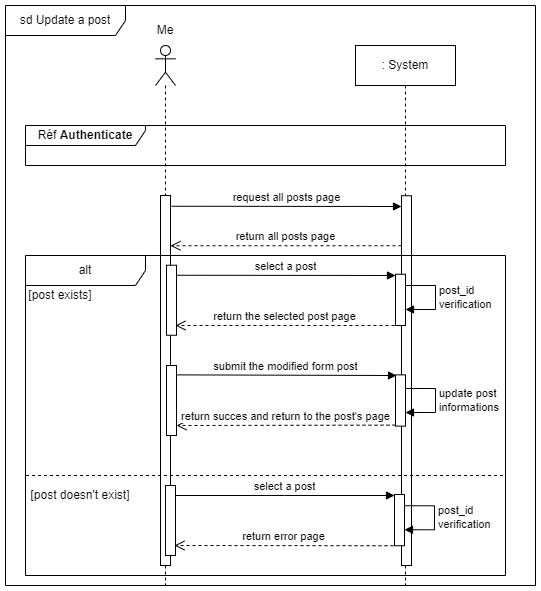
This is UML_diagrams/Seq - Update a post.drawio.png from David-Renard/OC-projet5, a draw.io export, as it was before one commit. Source tidied: cells renumbered, new cells last; positions are measured from the earlier drawing's top-left corner, leaving out a move shared by most shapes.
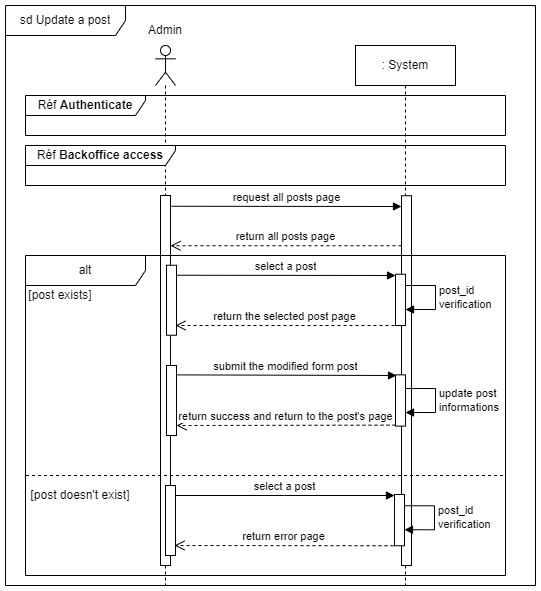
The same file after the commit.

The edit, as a diff of the source:
```diff
@@ -11,7 +11,7 @@
     <mxCell id="4" style="html=1;perimeter=orthogonalPerimeter;targetShapes=umlLifeline;newEdgeStyle={&quot;edgeStyle&quot;:&quot;elbowEdgeStyle&quot;,&quot;elbow&quot;:&quot;vertical&quot;,&quot;curved&quot;:0,&quot;rounded&quot;:0};" parent="3" vertex="1">
       <mxGeometry x="5" y="150" width="10" height="370" as="geometry" />
     </mxCell>
-    <mxCell id="5" value="Me" style="text;html=1;strokeColor=none;fillColor=none;align=center;verticalAlign=middle;whiteSpace=wrap;rounded=0;" parent="1" vertex="1">
+    <mxCell id="5" value="Admin" style="text;html=1;strokeColor=none;fillColor=none;align=center;verticalAlign=middle;whiteSpace=wrap;rounded=0;" parent="1" vertex="1">
       <mxGeometry x="130" y="10" width="60" height="30" as="geometry" />
     </mxCell>
     <mxCell id="6" value=": System" style="shape=umlLifeline;perimeter=lifelinePerimeter;whiteSpace=wrap;html=1;newEdgeStyle={&quot;edgeStyle&quot;:&quot;elbowEdgeStyle&quot;,&quot;elbow&quot;:&quot;vertical&quot;,&quot;curved&quot;:0,&quot;rounded&quot;:0};" parent="1" vertex="1">
@@ -68,7 +68,7 @@
       </mxGeometry>
     </mxCell>
     <mxCell id="17" value="Réf &lt;b&gt;Authenticate&lt;/b&gt;" style="shape=umlFrame;whiteSpace=wrap;html=1;width=120;height=20;" parent="1" vertex="1">
-      <mxGeometry x="20" y="120" width="480" height="40" as="geometry" />
+      <mxGeometry x="20" y="90" width="480" height="40" as="geometry" />
     </mxCell>
     <mxCell id="18" style="group;" parent="1" vertex="1">
       <mxGeometry x="20" y="470" width="480" height="80" as="geometry" />
@@ -133,11 +133,14 @@
         <mxPoint x="391" y="369.6" as="targetPoint" />
       </mxGeometry>
     </mxCell>
-    <mxCell id="30" value="return succes and return to the post's page" style="html=1;verticalAlign=bottom;endArrow=open;dashed=1;endSize=8;edgeStyle=elbowEdgeStyle;elbow=vertical;curved=0;rounded=0;" parent="1" edge="1">
+    <mxCell id="30" value="return success and return to the post's page" style="html=1;verticalAlign=bottom;endArrow=open;dashed=1;endSize=8;edgeStyle=elbowEdgeStyle;elbow=vertical;curved=0;rounded=0;" parent="1" edge="1">
       <mxGeometry relative="1" as="geometry">
         <mxPoint x="390" y="419.6" as="sourcePoint" />
         <mxPoint x="171" y="419.6" as="targetPoint" />
       </mxGeometry>
     </mxCell>
+    <mxCell id="31" value="Réf &lt;b&gt;Backoffice access&lt;/b&gt;" style="shape=umlFrame;whiteSpace=wrap;html=1;width=150;height=20;" parent="1" vertex="1">
+      <mxGeometry x="20" y="140" width="480" height="40" as="geometry" />
+    </mxCell>
   </root>
 </mxGraphModel>
```
